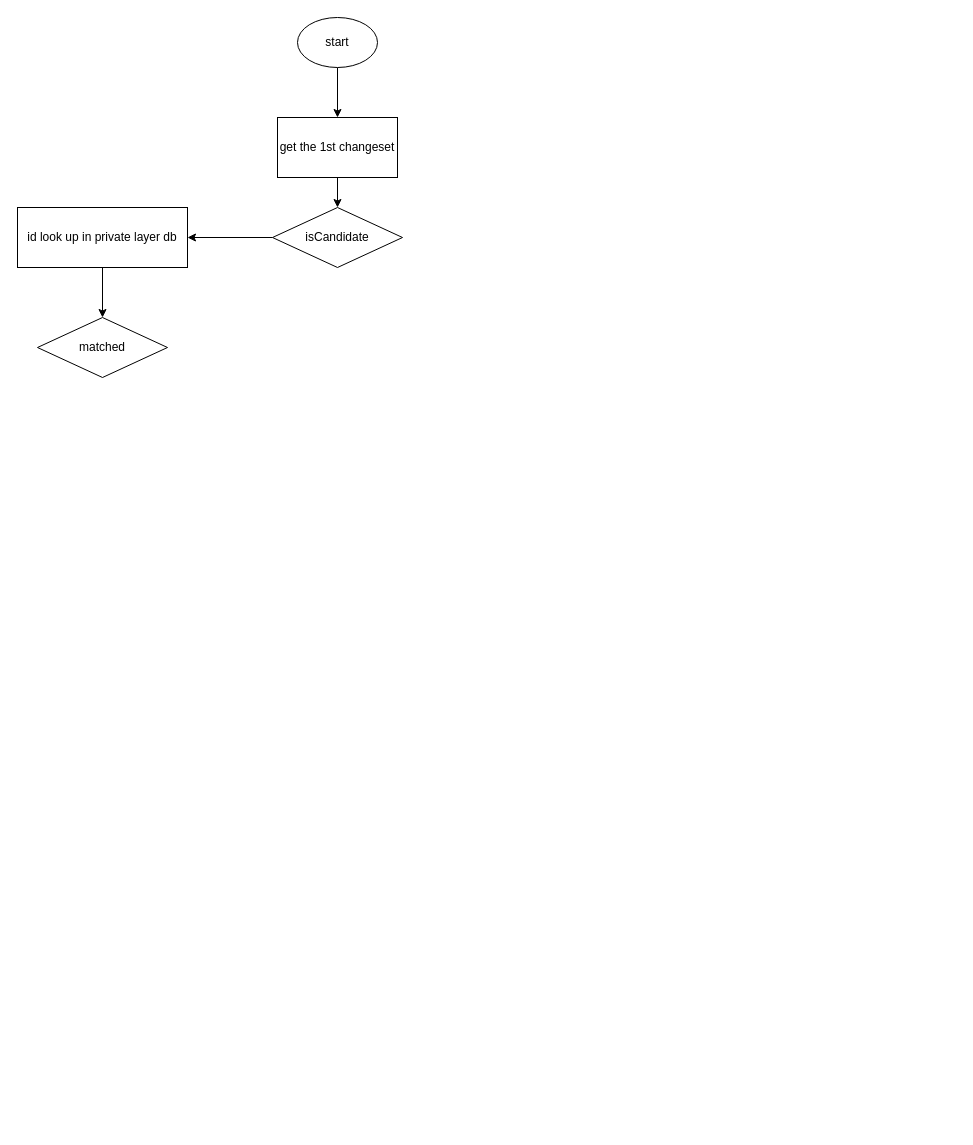
This is expired fc changeset.drawio from 472542625/drawio, a draw.io file, before an edit. Source tidied: cells renumbered, new cells numbered last; positions are measured from the earlier drawing's top-left corner, leaving out a move shared by most shapes. Both pictures are drawn from the tidied source at 100%, with x=0, y=0 at pixel (17, 17).
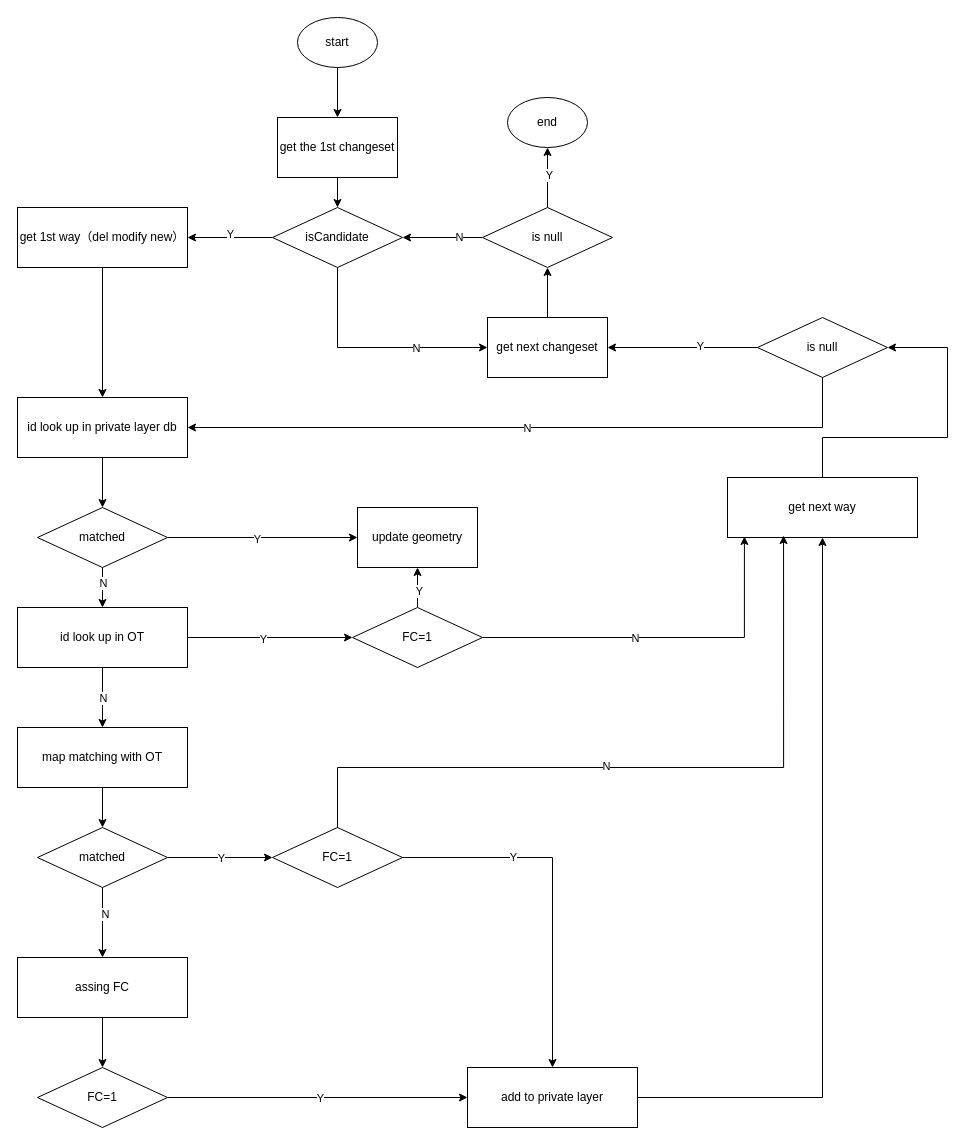
After the change.

Unchanged cells that the change refers to:
```xml
<mxCell id="6" style="edgeStyle=orthogonalEdgeStyle;rounded=0;jettySize=auto;html=1;" parent="1" edge="1" source="7" target="9">
  <mxGeometry relative="1" as="geometry" />
</mxCell>
<mxCell id="7" value="isCandidate" style="rhombus;whiteSpace=wrap;html=1;" parent="1" vertex="1">
  <mxGeometry x="255" y="190" width="130" height="60" as="geometry" />
</mxCell>
```

The edit, as a diff of the source:
```diff
@@
+    <mxCell id="11" value="Y" style="edgeLabel;html=1;align=center;verticalAlign=middle;" parent="6" vertex="1">
+      <mxGeometry x="0.01" y="-4" relative="1" as="geometry" />
+    </mxCell>
+    <mxCell id="12" style="edgeStyle=orthogonalEdgeStyle;rounded=0;jettySize=auto;html=1;entryX=0;entryY=0.5;entryDx=0;entryDy=0;" parent="1" edge="1" source="7" target="21">
+      <mxGeometry relative="1" as="geometry">
+        <Array as="points">
+          <mxPoint x="320" y="330" />
+        </Array>
+      </mxGeometry>
+    </mxCell>
+    <mxCell id="13" value="N" style="edgeLabel;html=1;align=center;verticalAlign=middle;" parent="12" vertex="1">
+      <mxGeometry x="0.37" relative="1" as="geometry" />
+    </mxCell>
@@
-    <mxCell id="8" style="edgeStyle=orthogonalEdgeStyle;rounded=0;jettySize=auto;html=1;entryX=0.5;entryY=0;entryDx=0;entryDy=0;" parent="1" edge="1" source="9" target="10">
-      <mxGeometry relative="1" as="geometry" />
-    </mxCell>
+    <mxCell id="14" style="edgeStyle=orthogonalEdgeStyle;rounded=0;jettySize=auto;html=1;" parent="1" edge="1" source="9" target="29">
+      <mxGeometry relative="1" as="geometry" />
+    </mxCell>
-    <mxCell id="9" value="id look up in private layer db" style="whiteSpace=wrap;html=1;" parent="1" vertex="1">
+    <mxCell id="9" value="get 1st way（del modify new）" style="whiteSpace=wrap;html=1;" parent="1" vertex="1">
       <mxGeometry y="190" width="170" height="60" as="geometry" />
     </mxCell>
+    <mxCell id="15" style="edgeStyle=orthogonalEdgeStyle;rounded=0;jettySize=auto;html=1;" parent="1" edge="1" source="10" target="19">
+      <mxGeometry relative="1" as="geometry" />
+    </mxCell>
+    <mxCell id="16" value="Y" style="edgeLabel;html=1;align=center;verticalAlign=middle;" parent="15" vertex="1">
+      <mxGeometry x="-0.06" y="-1" relative="1" as="geometry" />
+    </mxCell>
+    <mxCell id="17" style="edgeStyle=orthogonalEdgeStyle;rounded=0;jettySize=auto;html=1;entryX=0.5;entryY=0;entryDx=0;entryDy=0;" parent="1" edge="1" source="10" target="34">
+      <mxGeometry relative="1" as="geometry" />
+    </mxCell>
+    <mxCell id="18" value="N" style="edgeLabel;html=1;align=center;verticalAlign=middle;" parent="17" vertex="1">
+      <mxGeometry x="-0.4" relative="1" as="geometry">
+        <mxPoint y="3" as="offset" />
+      </mxGeometry>
+    </mxCell>
     <mxCell id="10" value="matched" style="rhombus;whiteSpace=wrap;html=1;" parent="1" vertex="1">
-      <mxGeometry x="20" y="300" width="130" height="60" as="geometry" />
+      <mxGeometry x="20" y="490" width="130" height="60" as="geometry" />
     </mxCell>
+    <mxCell id="19" value="update geometry" style="whiteSpace=wrap;html=1;" parent="1" vertex="1">
+      <mxGeometry x="340" y="490" width="120" height="60" as="geometry" />
+    </mxCell>
+    <mxCell id="20" style="edgeStyle=orthogonalEdgeStyle;rounded=0;jettySize=auto;html=1;entryX=0.5;entryY=1;entryDx=0;entryDy=0;" parent="1" edge="1" source="21" target="26">
+      <mxGeometry relative="1" as="geometry" />
+    </mxCell>
+    <mxCell id="21" value="get next changeset" style="rounded=0;whiteSpace=wrap;html=1;" parent="1" vertex="1">
+      <mxGeometry x="470" y="300" width="120" height="60" as="geometry" />
+    </mxCell>
+    <mxCell id="22" style="edgeStyle=orthogonalEdgeStyle;rounded=0;jettySize=auto;html=1;entryX=1;entryY=0.5;entryDx=0;entryDy=0;" parent="1" edge="1" source="26" target="7">
+      <mxGeometry relative="1" as="geometry" />
+    </mxCell>
+    <mxCell id="23" value="N" style="edgeLabel;html=1;align=center;verticalAlign=middle;" parent="22" vertex="1">
+      <mxGeometry x="-0.4" y="-1" relative="1" as="geometry" />
+    </mxCell>
+    <mxCell id="24" style="edgeStyle=orthogonalEdgeStyle;rounded=0;jettySize=auto;html=1;entryX=0.5;entryY=1;entryDx=0;entryDy=0;" parent="1" edge="1" source="26" target="27">
+      <mxGeometry relative="1" as="geometry" />
+    </mxCell>
+    <mxCell id="25" value="Y" style="edgeLabel;html=1;align=center;verticalAlign=middle;" parent="24" vertex="1">
+      <mxGeometry x="0.1" y="-1" relative="1" as="geometry" />
+    </mxCell>
+    <mxCell id="26" value="is null" style="rhombus;whiteSpace=wrap;html=1;" parent="1" vertex="1">
+      <mxGeometry x="465" y="190" width="130" height="60" as="geometry" />
+    </mxCell>
+    <mxCell id="27" value="end" style="ellipse;whiteSpace=wrap;html=1;" parent="1" vertex="1">
+      <mxGeometry x="490" y="80" width="80" height="50" as="geometry" />
+    </mxCell>
+    <mxCell id="28" style="edgeStyle=orthogonalEdgeStyle;rounded=0;jettySize=auto;html=1;entryX=0.5;entryY=0;entryDx=0;entryDy=0;" parent="1" edge="1" source="29" target="10">
+      <mxGeometry relative="1" as="geometry" />
+    </mxCell>
+    <mxCell id="29" value="id look up in private layer db" style="whiteSpace=wrap;html=1;" parent="1" vertex="1">
+      <mxGeometry y="380" width="170" height="60" as="geometry" />
+    </mxCell>
+    <mxCell id="30" style="edgeStyle=orthogonalEdgeStyle;rounded=0;jettySize=auto;html=1;entryX=0;entryY=0.5;entryDx=0;entryDy=0;" parent="1" edge="1" source="34" target="39">
+      <mxGeometry relative="1" as="geometry" />
+    </mxCell>
+    <mxCell id="31" value="Y" style="edgeLabel;html=1;align=center;verticalAlign=middle;" parent="30" vertex="1">
+      <mxGeometry x="-0.09" y="-1" relative="1" as="geometry" />
+    </mxCell>
+    <mxCell id="32" style="edgeStyle=orthogonalEdgeStyle;rounded=0;jettySize=auto;html=1;entryX=0.5;entryY=0;entryDx=0;entryDy=0;" parent="1" edge="1" source="34" target="41">
+      <mxGeometry relative="1" as="geometry" />
+    </mxCell>
+    <mxCell id="33" value="N" style="edgeLabel;html=1;align=center;verticalAlign=middle;" parent="32" vertex="1">
+      <mxGeometry x="-0.64" relative="1" as="geometry">
+        <mxPoint y="19" as="offset" />
+      </mxGeometry>
+    </mxCell>
+    <mxCell id="34" value="id look up in OT" style="whiteSpace=wrap;html=1;" parent="1" vertex="1">
+      <mxGeometry y="590" width="170" height="60" as="geometry" />
+    </mxCell>
+    <mxCell id="35" style="edgeStyle=orthogonalEdgeStyle;rounded=0;jettySize=auto;html=1;entryX=1;entryY=0.5;entryDx=0;entryDy=0;" parent="1" edge="1" source="36" target="61">
+      <mxGeometry relative="1" as="geometry">
+        <Array as="points">
+          <mxPoint x="930" y="420" />
+          <mxPoint x="930" y="330" />
+        </Array>
+      </mxGeometry>
+    </mxCell>
+    <mxCell id="36" value="get next way" style="whiteSpace=wrap;html=1;" parent="1" vertex="1">
+      <mxGeometry x="710" y="460" width="190" height="60" as="geometry" />
+    </mxCell>
+    <mxCell id="37" style="edgeStyle=orthogonalEdgeStyle;rounded=0;jettySize=auto;html=1;entryX=0.5;entryY=1;entryDx=0;entryDy=0;" parent="1" edge="1" source="39" target="19">
+      <mxGeometry relative="1" as="geometry" />
+    </mxCell>
+    <mxCell id="38" value="Y" style="edgeLabel;html=1;align=center;verticalAlign=middle;" parent="37" vertex="1">
+      <mxGeometry x="-0.15" y="-1" relative="1" as="geometry" />
+    </mxCell>
+    <mxCell id="39" value="FC=1" style="rhombus;whiteSpace=wrap;html=1;" parent="1" vertex="1">
+      <mxGeometry x="335" y="590" width="130" height="60" as="geometry" />
+    </mxCell>
+    <mxCell id="40" style="edgeStyle=orthogonalEdgeStyle;rounded=0;jettySize=auto;html=1;" parent="1" edge="1" source="41" target="46">
+      <mxGeometry relative="1" as="geometry" />
+    </mxCell>
+    <mxCell id="41" value="map matching with OT" style="whiteSpace=wrap;html=1;" parent="1" vertex="1">
+      <mxGeometry y="710" width="170" height="60" as="geometry" />
+    </mxCell>
+    <mxCell id="42" style="edgeStyle=orthogonalEdgeStyle;rounded=0;jettySize=auto;html=1;entryX=0;entryY=0.5;entryDx=0;entryDy=0;" parent="1" edge="1" source="46" target="49">
+      <mxGeometry relative="1" as="geometry" />
+    </mxCell>
+    <mxCell id="43" value="Y" style="edgeLabel;html=1;align=center;verticalAlign=middle;" parent="42" vertex="1">
+      <mxGeometry x="0.01" relative="1" as="geometry" />
+    </mxCell>
+    <mxCell id="44" style="edgeStyle=orthogonalEdgeStyle;rounded=0;jettySize=auto;html=1;entryX=0.5;entryY=0;entryDx=0;entryDy=0;" parent="1" edge="1" source="46" target="51">
+      <mxGeometry relative="1" as="geometry" />
+    </mxCell>
+    <mxCell id="45" value="N" style="edgeLabel;html=1;align=center;verticalAlign=middle;" parent="44" vertex="1">
+      <mxGeometry x="-0.26" y="2" relative="1" as="geometry" />
+    </mxCell>
+    <mxCell id="46" value="matched" style="rhombus;whiteSpace=wrap;html=1;" parent="1" vertex="1">
+      <mxGeometry x="20" y="810" width="130" height="60" as="geometry" />
+    </mxCell>
+    <mxCell id="47" style="edgeStyle=orthogonalEdgeStyle;rounded=0;jettySize=auto;html=1;" parent="1" edge="1" source="49" target="56">
+      <mxGeometry relative="1" as="geometry" />
+    </mxCell>
+    <mxCell id="48" value="Y" style="edgeLabel;html=1;align=center;verticalAlign=middle;" parent="47" vertex="1">
+      <mxGeometry x="-0.39" y="1" relative="1" as="geometry" />
+    </mxCell>
+    <mxCell id="49" value="FC=1" style="rhombus;whiteSpace=wrap;html=1;" parent="1" vertex="1">
+      <mxGeometry x="255" y="810" width="130" height="60" as="geometry" />
+    </mxCell>
+    <mxCell id="50" style="edgeStyle=orthogonalEdgeStyle;rounded=0;jettySize=auto;html=1;entryX=0.5;entryY=0;entryDx=0;entryDy=0;" parent="1" edge="1" source="51" target="54">
+      <mxGeometry relative="1" as="geometry" />
+    </mxCell>
+    <mxCell id="51" value="assing FC" style="whiteSpace=wrap;html=1;" parent="1" vertex="1">
+      <mxGeometry y="940" width="170" height="60" as="geometry" />
+    </mxCell>
+    <mxCell id="52" style="edgeStyle=orthogonalEdgeStyle;rounded=0;jettySize=auto;html=1;" parent="1" edge="1" source="54" target="56">
+      <mxGeometry relative="1" as="geometry" />
+    </mxCell>
+    <mxCell id="53" value="Y" style="edgeLabel;html=1;align=center;verticalAlign=middle;" parent="52" vertex="1">
+      <mxGeometry x="0.01" relative="1" as="geometry" />
+    </mxCell>
+    <mxCell id="54" value="FC=1" style="rhombus;whiteSpace=wrap;html=1;" parent="1" vertex="1">
+      <mxGeometry x="20" y="1050" width="130" height="60" as="geometry" />
+    </mxCell>
+    <mxCell id="55" style="edgeStyle=orthogonalEdgeStyle;rounded=0;jettySize=auto;html=1;entryX=0.5;entryY=1;entryDx=0;entryDy=0;" parent="1" edge="1" source="56" target="36">
+      <mxGeometry relative="1" as="geometry" />
+    </mxCell>
+    <mxCell id="56" value="add to private layer" style="whiteSpace=wrap;html=1;" parent="1" vertex="1">
+      <mxGeometry x="450" y="1050" width="170" height="60" as="geometry" />
+    </mxCell>
+    <mxCell id="57" style="edgeStyle=orthogonalEdgeStyle;rounded=0;jettySize=auto;html=1;entryX=1;entryY=0.5;entryDx=0;entryDy=0;" parent="1" edge="1" source="61" target="21">
+      <mxGeometry relative="1" as="geometry">
+        <Array as="points">
+          <mxPoint x="795" y="330" />
+        </Array>
+      </mxGeometry>
+    </mxCell>
+    <mxCell id="58" value="Y" style="edgeLabel;html=1;align=center;verticalAlign=middle;" parent="57" vertex="1">
+      <mxGeometry x="-0.23" y="-2" relative="1" as="geometry" />
+    </mxCell>
+    <mxCell id="59" style="edgeStyle=orthogonalEdgeStyle;rounded=0;jettySize=auto;html=1;entryX=1;entryY=0.5;entryDx=0;entryDy=0;" parent="1" edge="1" source="61" target="29">
+      <mxGeometry relative="1" as="geometry">
+        <Array as="points">
+          <mxPoint x="805" y="410" />
+        </Array>
+      </mxGeometry>
+    </mxCell>
+    <mxCell id="60" value="N" style="edgeLabel;html=1;align=center;verticalAlign=middle;" parent="59" vertex="1">
+      <mxGeometry x="0.01" relative="1" as="geometry" />
+    </mxCell>
+    <mxCell id="61" value="is null" style="rhombus;whiteSpace=wrap;html=1;" parent="1" vertex="1">
+      <mxGeometry x="740" y="300" width="130" height="60" as="geometry" />
+    </mxCell>
+    <mxCell id="62" style="edgeStyle=orthogonalEdgeStyle;rounded=0;jettySize=auto;html=1;entryX=0.295;entryY=0.967;entryDx=0;entryDy=0;entryPerimeter=0;" parent="1" edge="1" source="49" target="36">
+      <mxGeometry relative="1" as="geometry">
+        <Array as="points">
+          <mxPoint x="320" y="750" />
+          <mxPoint x="766" y="750" />
+        </Array>
+      </mxGeometry>
+    </mxCell>
+    <mxCell id="63" value="N" style="edgeLabel;html=1;align=center;verticalAlign=middle;" parent="62" vertex="1">
+      <mxGeometry x="-0.11" y="2" relative="1" as="geometry" />
+    </mxCell>
+    <mxCell id="64" style="edgeStyle=orthogonalEdgeStyle;rounded=0;jettySize=auto;html=1;entryX=0.089;entryY=0.983;entryDx=0;entryDy=0;entryPerimeter=0;" parent="1" edge="1" source="39" target="36">
+      <mxGeometry relative="1" as="geometry" />
+    </mxCell>
+    <mxCell id="65" value="N" style="edgeLabel;html=1;align=center;verticalAlign=middle;" parent="64" vertex="1">
+      <mxGeometry x="-0.16" relative="1" as="geometry" />
+    </mxCell>
```
